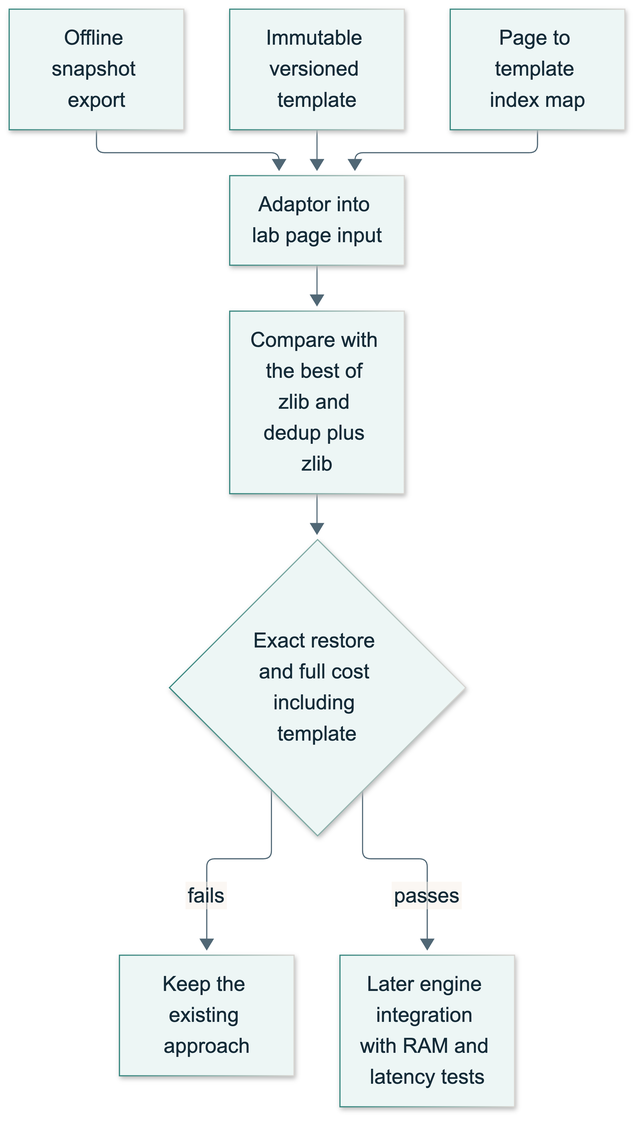
The Mermaid diagram docs/diagrams/template-delta-2.png in gael55x/template-delta-lab, before a commit. Its source is kept beside it as docs/diagrams/template-delta-2.mmd.
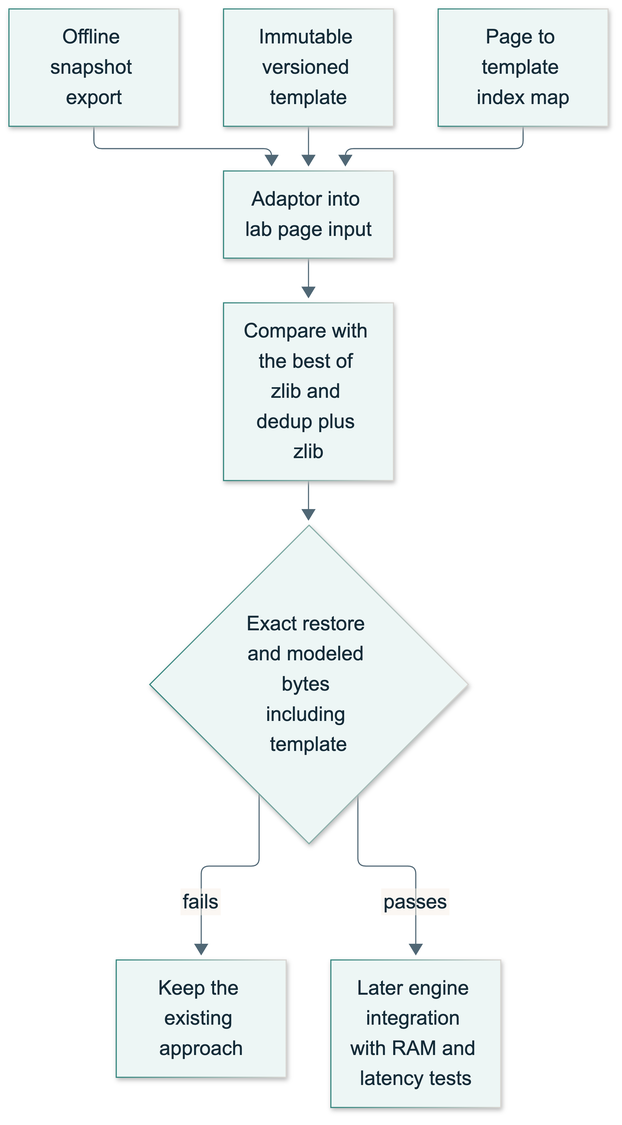
The same diagram one commit later.

Commit message:
Clarify selector results and modeled storage accounting

Diff of the diagram source:
```diff
@@ -3,6 +3,6 @@
         TPL[Immutable versioned template] --> ADP
         MAP[Page to template index map] --> ADP
         ADP --> LAB[Compare with the best of zlib and dedup plus zlib]
-        LAB --> GATE{Exact restore and full cost including template}
+        LAB --> GATE{Exact restore and modeled bytes including template}
         GATE -->|fails| STOP[Keep the existing approach]
         GATE -->|passes| ENG[Later engine integration with RAM and latency tests]
```
